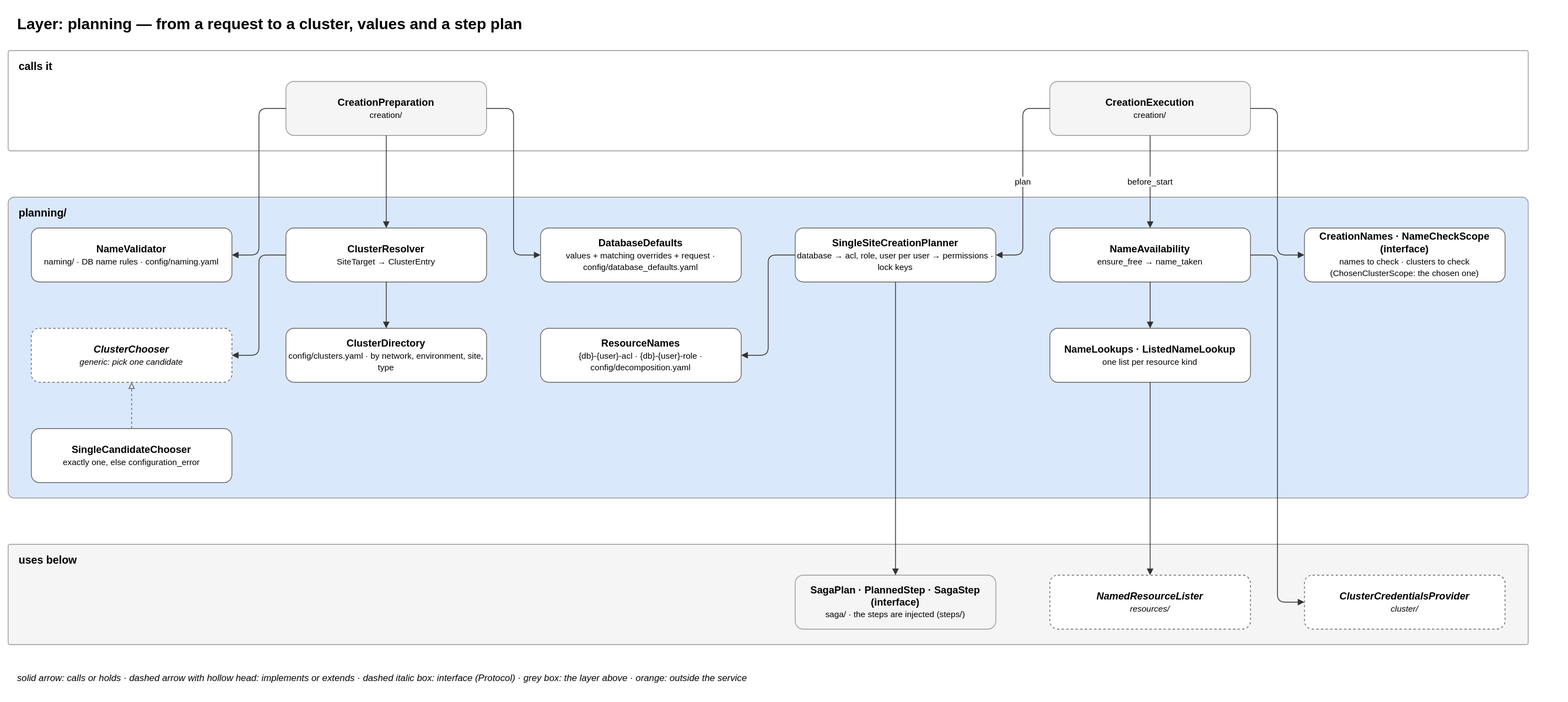
This is docs/diagrams/05-layer-planning.drawio.svg from EliShteinman/redis-enterprise-services, a draw.io export, as it was before one commit. Source tidied: cells renumbered, new cells last; positions are measured from the earlier drawing's top-left corner, leaving out a move shared by most shapes.
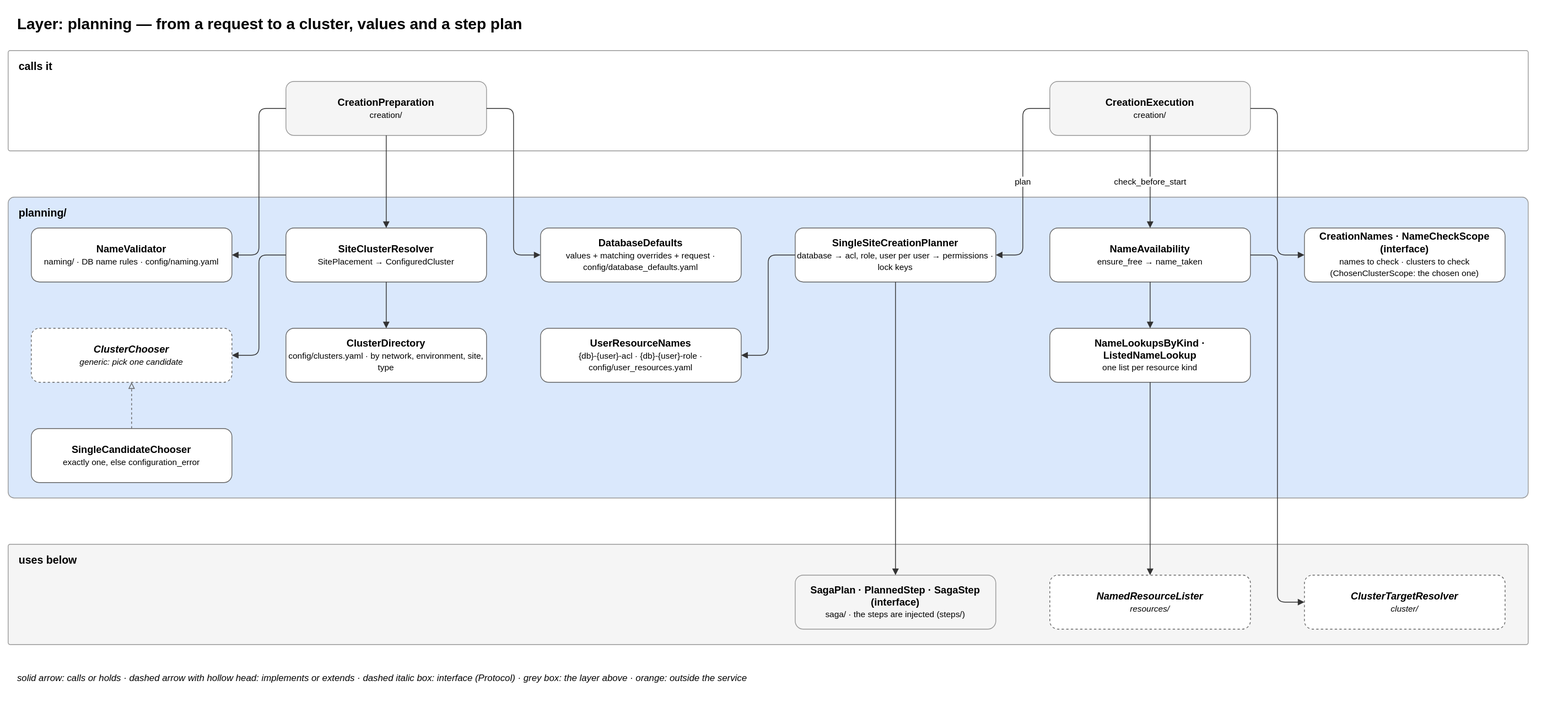
After the commit.

What changed in the source:
```diff
@@ -20,7 +20,7 @@
     <mxCell id="7" value="&lt;b&gt;NameValidator&lt;/b&gt;&lt;br&gt;&lt;font style='font-size:11px'&gt;naming/ · DB name rules · config/naming.yaml&lt;/font&gt;" style="rounded=1;whiteSpace=wrap;html=1;fillColor=#ffffff;strokeColor=#666666;fontSize=13;" parent="1" vertex="1">
       <mxGeometry x="30" y="285" width="260" height="70" as="geometry" />
     </mxCell>
-    <mxCell id="8" value="&lt;b&gt;ClusterResolver&lt;/b&gt;&lt;br&gt;&lt;font style='font-size:11px'&gt;SiteTarget → ClusterEntry&lt;/font&gt;" style="rounded=1;whiteSpace=wrap;html=1;fillColor=#ffffff;strokeColor=#666666;fontSize=13;" parent="1" vertex="1">
+    <mxCell id="8" value="&lt;b&gt;SiteClusterResolver&lt;/b&gt;&lt;br&gt;&lt;font style='font-size:11px'&gt;SitePlacement → ConfiguredCluster&lt;/font&gt;" style="rounded=1;whiteSpace=wrap;html=1;fillColor=#ffffff;strokeColor=#666666;fontSize=13;" parent="1" vertex="1">
       <mxGeometry x="360" y="285" width="260" height="70" as="geometry" />
     </mxCell>
     <mxCell id="9" value="&lt;b&gt;DatabaseDefaults&lt;/b&gt;&lt;br&gt;&lt;font style='font-size:11px'&gt;values + matching overrides + request · config/database_defaults.yaml&lt;/font&gt;" style="rounded=1;whiteSpace=wrap;html=1;fillColor=#ffffff;strokeColor=#666666;fontSize=13;" parent="1" vertex="1">
@@ -41,10 +41,10 @@
     <mxCell id="14" value="&lt;b&gt;ClusterDirectory&lt;/b&gt;&lt;br&gt;&lt;font style='font-size:11px'&gt;config/clusters.yaml · by network, environment, site, type&lt;/font&gt;" style="rounded=1;whiteSpace=wrap;html=1;fillColor=#ffffff;strokeColor=#666666;fontSize=13;" parent="1" vertex="1">
       <mxGeometry x="360" y="415" width="260" height="70" as="geometry" />
     </mxCell>
-    <mxCell id="15" value="&lt;b&gt;ResourceNames&lt;/b&gt;&lt;br&gt;&lt;font style='font-size:11px'&gt;{db}-{user}-acl · {db}-{user}-role · config/decomposition.yaml&lt;/font&gt;" style="rounded=1;whiteSpace=wrap;html=1;fillColor=#ffffff;strokeColor=#666666;fontSize=13;" parent="1" vertex="1">
+    <mxCell id="15" value="&lt;b&gt;UserResourceNames&lt;/b&gt;&lt;br&gt;&lt;font style='font-size:11px'&gt;{db}-{user}-acl · {db}-{user}-role · config/user_resources.yaml&lt;/font&gt;" style="rounded=1;whiteSpace=wrap;html=1;fillColor=#ffffff;strokeColor=#666666;fontSize=13;" parent="1" vertex="1">
       <mxGeometry x="690" y="415" width="260" height="70" as="geometry" />
     </mxCell>
-    <mxCell id="16" value="&lt;b&gt;NameLookups · ListedNameLookup&lt;/b&gt;&lt;br&gt;&lt;font style='font-size:11px'&gt;one list per resource kind&lt;/font&gt;" style="rounded=1;whiteSpace=wrap;html=1;fillColor=#ffffff;strokeColor=#666666;fontSize=13;" parent="1" vertex="1">
+    <mxCell id="16" value="&lt;b&gt;NameLookupsByKind · ListedNameLookup&lt;/b&gt;&lt;br&gt;&lt;font style='font-size:11px'&gt;one list per resource kind&lt;/font&gt;" style="rounded=1;whiteSpace=wrap;html=1;fillColor=#ffffff;strokeColor=#666666;fontSize=13;" parent="1" vertex="1">
       <mxGeometry x="1350" y="415" width="260" height="70" as="geometry" />
     </mxCell>
     <mxCell id="17" value="&lt;b&gt;SingleCandidateChooser&lt;/b&gt;&lt;br&gt;&lt;font style='font-size:11px'&gt;exactly one, else configuration_error&lt;/font&gt;" style="rounded=1;whiteSpace=wrap;html=1;fillColor=#ffffff;strokeColor=#666666;fontSize=13;" parent="1" vertex="1">
@@ -59,7 +59,7 @@
     <mxCell id="20" value="&lt;b&gt;NamedResourceLister&lt;/b&gt;&lt;br&gt;&lt;font style='font-size:11px'&gt;resources/&lt;/font&gt;" style="rounded=1;whiteSpace=wrap;html=1;fillColor=#ffffff;strokeColor=#666666;fontSize=13;dashed=1;fontStyle=2;" parent="1" vertex="1">
       <mxGeometry x="1350" y="735" width="260" height="70" as="geometry" />
     </mxCell>
-    <mxCell id="21" value="&lt;b&gt;ClusterCredentialsProvider&lt;/b&gt;&lt;br&gt;&lt;font style='font-size:11px'&gt;cluster/&lt;/font&gt;" style="rounded=1;whiteSpace=wrap;html=1;fillColor=#ffffff;strokeColor=#666666;fontSize=13;dashed=1;fontStyle=2;" parent="1" vertex="1">
+    <mxCell id="21" value="&lt;b&gt;ClusterTargetResolver&lt;/b&gt;&lt;br&gt;&lt;font style='font-size:11px'&gt;cluster/&lt;/font&gt;" style="rounded=1;whiteSpace=wrap;html=1;fillColor=#ffffff;strokeColor=#666666;fontSize=13;dashed=1;fontStyle=2;" parent="1" vertex="1">
       <mxGeometry x="1680" y="735" width="260" height="70" as="geometry" />
     </mxCell>
     <mxCell id="22" style="edgeStyle=orthogonalEdgeStyle;rounded=1;html=1;fontSize=11;labelBackgroundColor=#ffffff;exitX=0;exitY=0.5;entryX=1;entryY=0.5;endArrow=block;strokeColor=#333333;" parent="1" edge="1" source="4" target="7">
@@ -74,7 +74,7 @@
     <mxCell id="25" value="plan" style="edgeStyle=orthogonalEdgeStyle;rounded=1;html=1;fontSize=11;labelBackgroundColor=#ffffff;exitX=0;exitY=0.5;entryX=1;entryY=0.5;endArrow=block;strokeColor=#333333;" parent="1" edge="1" source="5" target="10">
       <mxGeometry relative="1" as="geometry" />
     </mxCell>
-    <mxCell id="26" value="before_start" style="edgeStyle=orthogonalEdgeStyle;rounded=1;html=1;fontSize=11;labelBackgroundColor=#ffffff;exitX=0.5;exitY=1;entryX=0.5;entryY=0;endArrow=block;strokeColor=#333333;" parent="1" edge="1" source="5" target="11">
+    <mxCell id="26" value="check_before_start" style="edgeStyle=orthogonalEdgeStyle;rounded=1;html=1;fontSize=11;labelBackgroundColor=#ffffff;exitX=0.5;exitY=1;entryX=0.5;entryY=0;endArrow=block;strokeColor=#333333;" parent="1" edge="1" source="5" target="11">
       <mxGeometry relative="1" as="geometry" />
     </mxCell>
     <mxCell id="27" style="edgeStyle=orthogonalEdgeStyle;rounded=1;html=1;fontSize=11;labelBackgroundColor=#ffffff;exitX=1;exitY=0.5;entryX=0;entryY=0.5;endArrow=block;strokeColor=#333333;" parent="1" edge="1" source="5" target="12">
```
